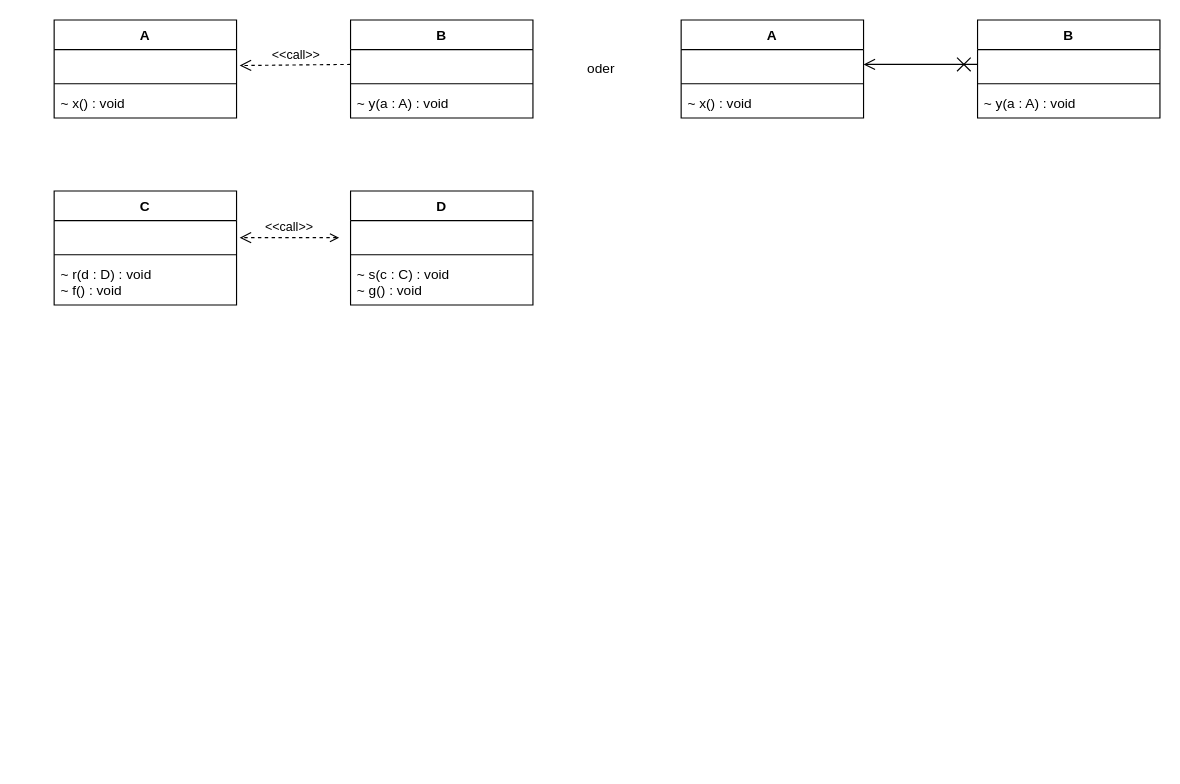
Before: Tag_4/Java.drawio in McLutzifer/WIFI_SW-Engineering, a draw.io diagram. Source tidied: cells renumbered, new cells numbered last; positions are measured from the earlier drawing's top-left corner, leaving out a move shared by most shapes. Both pictures are drawn from the tidied source at 114%, with x=0, y=0 at pixel (54, 19).
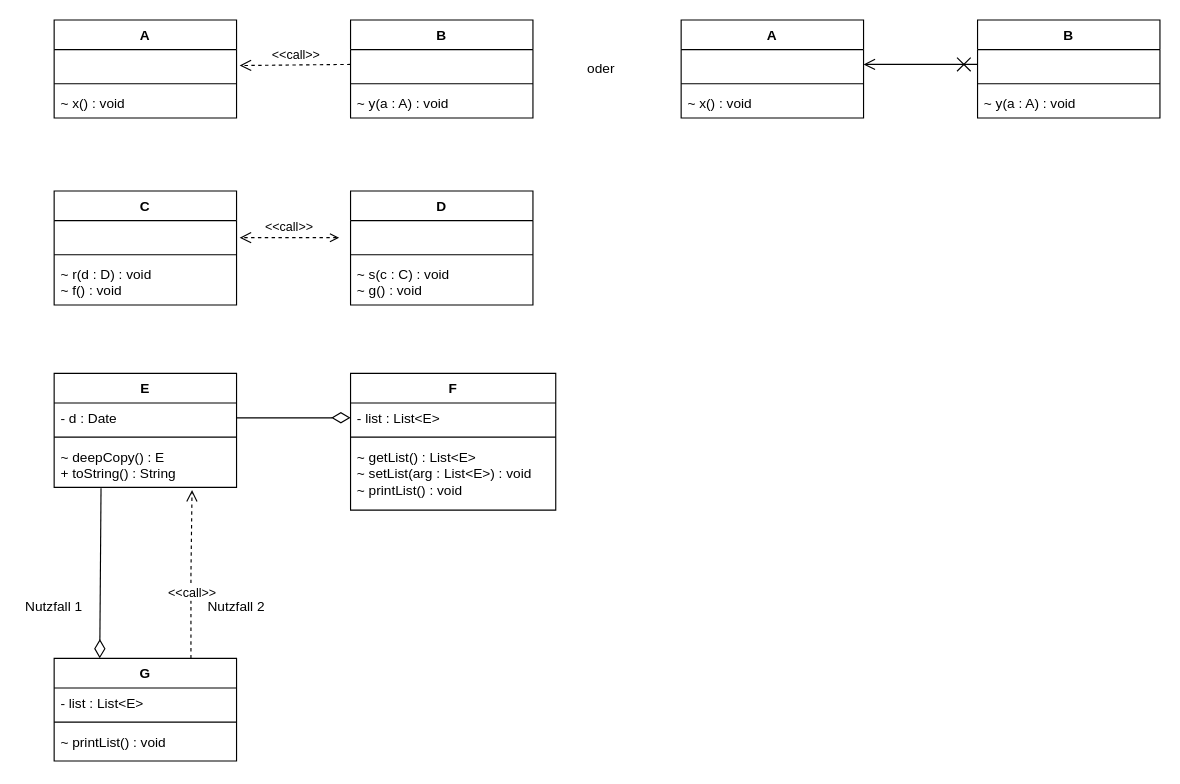
The same page after the edit.

Diff of the diagram source:
```diff
@@
+    <mxCell id="30" value="E" style="swimlane;fontStyle=1;align=center;verticalAlign=top;horizontal=1;startSize=26;whiteSpace=wrap;html=1;" parent="1" vertex="1">
+      <mxGeometry y="310" width="160" height="100" as="geometry" />
+    </mxCell>
+    <mxCell id="31" value="- d : Date" style="text;strokeColor=none;fillColor=none;align=left;verticalAlign=top;spacingLeft=4;spacingRight=4;overflow=hidden;points=[[0,0.5],[1,0.5]];portConstraint=eastwest;whiteSpace=wrap;html=1;" parent="30" vertex="1">
+      <mxGeometry y="26" width="160" height="26" as="geometry" />
+    </mxCell>
+    <mxCell id="32" style="line;strokeWidth=1;fillColor=none;align=left;verticalAlign=middle;spacingTop=-1;spacingLeft=3;spacingRight=3;labelPosition=right;strokeColor=inherit;" parent="30" vertex="1">
+      <mxGeometry y="52" width="160" height="8" as="geometry" />
+    </mxCell>
+    <mxCell id="33" value="~ deepCopy() : E&lt;br&gt;&lt;div&gt;+ toString() : String&lt;br&gt;&lt;/div&gt;" style="text;strokeColor=none;fillColor=none;align=left;verticalAlign=top;spacingLeft=4;spacingRight=4;overflow=hidden;points=[[0,0.5],[1,0.5]];portConstraint=eastwest;whiteSpace=wrap;html=1;" parent="30" vertex="1">
+      <mxGeometry y="60" width="160" height="40" as="geometry" />
+    </mxCell>
+    <mxCell id="34" value="F" style="swimlane;fontStyle=1;align=center;verticalAlign=top;horizontal=1;startSize=26;whiteSpace=wrap;html=1;" parent="1" vertex="1">
+      <mxGeometry x="260" y="310" width="180" height="120" as="geometry" />
+    </mxCell>
+    <mxCell id="35" value="- list : List&amp;lt;E&amp;gt;" style="text;strokeColor=none;fillColor=none;align=left;verticalAlign=top;spacingLeft=4;spacingRight=4;overflow=hidden;points=[[0,0.5],[1,0.5]];portConstraint=eastwest;whiteSpace=wrap;html=1;" parent="34" vertex="1">
+      <mxGeometry y="26" width="180" height="26" as="geometry" />
+    </mxCell>
+    <mxCell id="36" style="line;strokeWidth=1;fillColor=none;align=left;verticalAlign=middle;spacingTop=-1;spacingLeft=3;spacingRight=3;labelPosition=right;strokeColor=inherit;" parent="34" vertex="1">
+      <mxGeometry y="52" width="180" height="8" as="geometry" />
+    </mxCell>
+    <mxCell id="37" value="&lt;div&gt;~ getList() : List&amp;lt;E&amp;gt;&lt;br&gt;&lt;/div&gt;&lt;div&gt;~ setList(arg : List&amp;lt;E&amp;gt;) : void&lt;br&gt;&lt;/div&gt;&lt;div&gt;~ printList() : void&lt;br&gt;&lt;/div&gt;" style="text;strokeColor=none;fillColor=none;align=left;verticalAlign=top;spacingLeft=4;spacingRight=4;overflow=hidden;whiteSpace=wrap;html=1;" parent="34" vertex="1">
+      <mxGeometry y="60" width="180" height="60" as="geometry" />
+    </mxCell>
+    <mxCell id="38" value="G" style="swimlane;fontStyle=1;align=center;verticalAlign=top;horizontal=1;startSize=26;whiteSpace=wrap;html=1;" parent="1" vertex="1">
+      <mxGeometry y="560" width="160" height="90" as="geometry" />
+    </mxCell>
+    <mxCell id="39" value="&lt;div&gt;- list : List&amp;lt;E&amp;gt;&lt;/div&gt;" style="text;strokeColor=none;fillColor=none;align=left;verticalAlign=top;spacingLeft=4;spacingRight=4;overflow=hidden;whiteSpace=wrap;html=1;" parent="38" vertex="1">
+      <mxGeometry y="26" width="160" height="26" as="geometry" />
+    </mxCell>
+    <mxCell id="40" style="line;strokeWidth=1;fillColor=none;align=left;verticalAlign=middle;spacingTop=-1;spacingLeft=3;spacingRight=3;labelPosition=right;strokeColor=inherit;" parent="38" vertex="1">
+      <mxGeometry y="52" width="160" height="8" as="geometry" />
+    </mxCell>
+    <mxCell id="41" value="&lt;div&gt;~ printList() : void&lt;/div&gt;&lt;div&gt;&lt;br&gt;&lt;/div&gt;" style="text;strokeColor=none;fillColor=none;align=left;verticalAlign=top;spacingLeft=4;spacingRight=4;overflow=hidden;whiteSpace=wrap;html=1;" parent="38" vertex="1">
+      <mxGeometry y="60" width="160" height="30" as="geometry" />
+    </mxCell>
+    <mxCell id="42" style="endArrow=diamondThin;html=1;rounded=0;entryX=0;entryY=0.5;entryDx=0;entryDy=0;exitX=1;exitY=0.5;exitDx=0;exitDy=0;endFill=0;endSize=14;" parent="1" edge="1" source="31" target="35">
+      <mxGeometry relative="1" as="geometry" />
+    </mxCell>
+    <mxCell id="43" style="endArrow=diamondThin;html=1;rounded=0;entryX=0.25;entryY=0;entryDx=0;entryDy=0;endFill=0;endSize=14;exitX=0.257;exitY=1.021;exitDx=0;exitDy=0;exitPerimeter=0;" parent="1" edge="1" source="33" target="38">
+      <mxGeometry relative="1" as="geometry" />
+    </mxCell>
+    <mxCell id="44" value="&amp;lt;&amp;lt;call&amp;gt;&amp;gt;" style="html=1;verticalAlign=bottom;endArrow=open;dashed=1;endSize=8;edgeStyle=elbowEdgeStyle;elbow=vertical;curved=0;rounded=0;entryX=0.756;entryY=1.057;entryDx=0;entryDy=0;exitX=0.75;exitY=0;exitDx=0;exitDy=0;entryPerimeter=0;" parent="1" edge="1" source="38" target="33">
+      <mxGeometry x="-0.36" y="-1" relative="1" as="geometry" />
+    </mxCell>
+    <mxCell id="45" value="Nutzfall 1" style="text;html=1;strokeColor=none;fillColor=none;align=center;verticalAlign=middle;whiteSpace=wrap;rounded=0;" parent="1" vertex="1">
+      <mxGeometry x="-30" y="500" width="60" height="30" as="geometry" />
+    </mxCell>
+    <mxCell id="46" value="Nutzfall 2" style="text;html=1;strokeColor=none;fillColor=none;align=center;verticalAlign=middle;whiteSpace=wrap;rounded=0;" parent="1" vertex="1">
+      <mxGeometry x="130" y="500" width="60" height="30" as="geometry" />
+    </mxCell>
```
